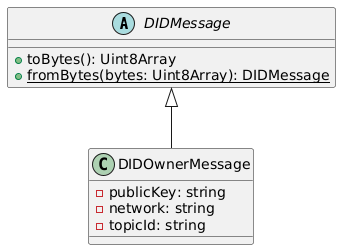
Before: docs/modules/ROOT/images/did-owner-message-class-diagram.png, a diagram exported from PlantUML (Swiss-Digital-Assets-Institute/public-did-sdk-js).
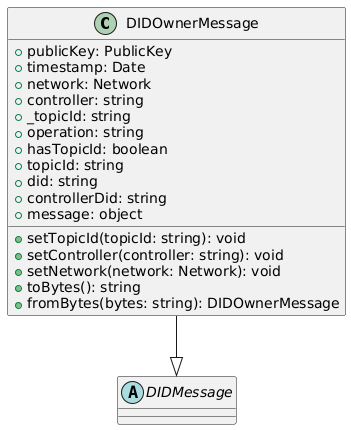
Later version of the same file.

Change to the diagram source:
```diff
@@ -1,12 +1,23 @@
 @startuml
-abstract class DIDMessage {
-  + toBytes(): Uint8Array
-  + {static} fromBytes(bytes: Uint8Array): DIDMessage
+class DIDOwnerMessage {
+  +publicKey: PublicKey
+  +timestamp: Date
+  +network: Network
+  +controller: string
+  +_topicId: string
+  +operation: string
+  +hasTopicId: boolean
+  +topicId: string
+  +did: string
+  +controllerDid: string
+  +message: object
+  +setTopicId(topicId: string): void
+  +setController(controller: string): void
+  +setNetwork(network: Network): void
+  +toBytes(): string
+  +fromBytes(bytes: string): DIDOwnerMessage
 }
+abstract class DIDMessage {}
 
-class DIDOwnerMessage extends DIDMessage {
-  - publicKey: string
-  - network: string
-  - topicId: string
-}
+DIDOwnerMessage --|> DIDMessage
 @enduml
```
